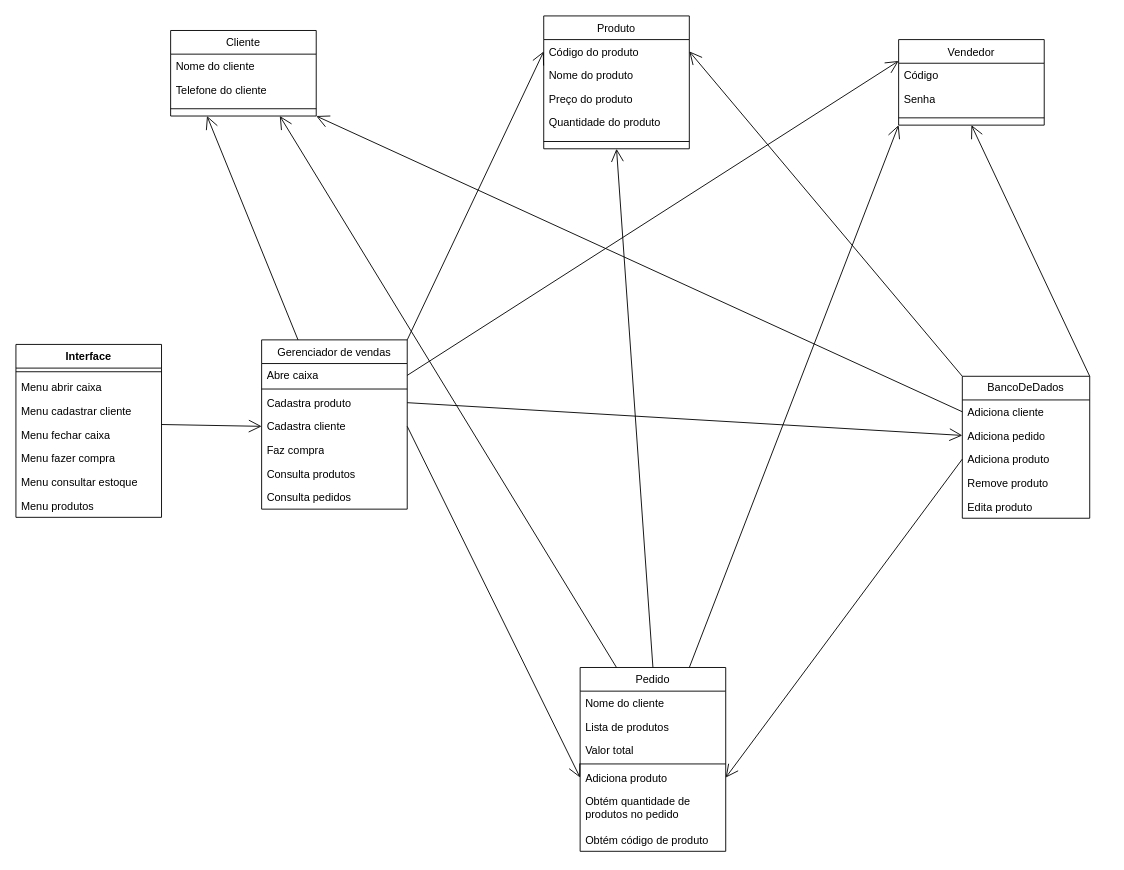
guifrazao/PROJETO_ESW1 keeps this draw.io diagram as CASOS_DE_USO/mapa_conceitual.drawio. Above is the earlier version. Source tidied: cells renumbered, new cells numbered last; positions are measured from the earlier drawing's top-left corner, leaving out a move shared by most shapes. Both pictures are drawn from the tidied source at 91%, with x=0, y=0 at pixel (15, 15).
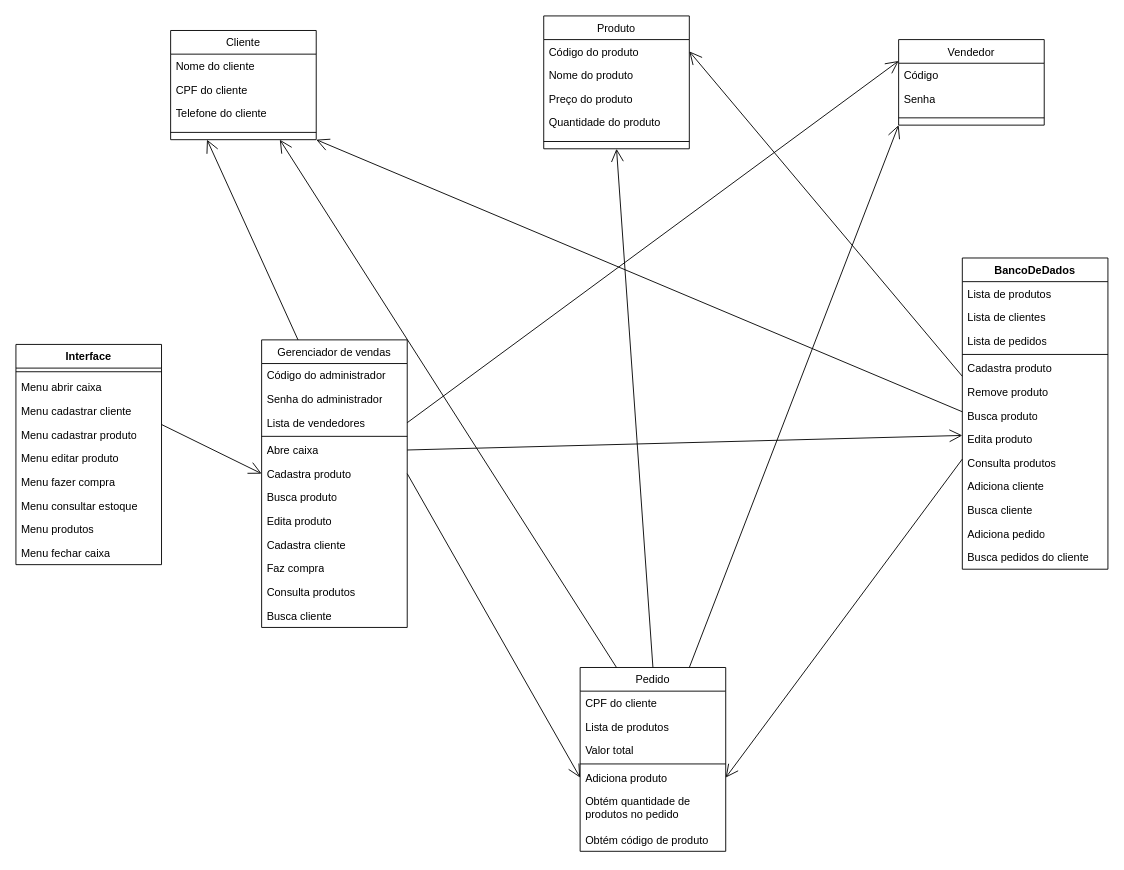
Above is the later version.

Unchanged cells that the change refers to:
```xml
<mxCell id="4" value="Código do produto" style="text;strokeColor=none;fillColor=none;align=left;verticalAlign=top;spacingLeft=4;spacingRight=4;overflow=hidden;points=[[0,0.5],[1,0.5]];portConstraint=eastwest;whiteSpace=wrap;html=1;" parent="3" vertex="1">
  <mxGeometry y="26" width="160" height="26" as="geometry" />
</mxCell>
<mxCell id="27" value="&lt;span style=&quot;font-weight: 400;&quot;&gt;Pedido&lt;/span&gt;" style="swimlane;fontStyle=1;align=center;verticalAlign=top;horizontal=1;startSize=26;whiteSpace=wrap;html=1;" parent="1" vertex="1">
  <mxGeometry x="620" y="716" width="160" height="202" as="geometry" />
</mxCell>
<mxCell id="32" value="Adiciona produto" style="text;strokeColor=none;fillColor=none;align=left;verticalAlign=top;spacingLeft=4;spacingRight=4;overflow=hidden;points=[[0,0.5],[1,0.5]];portConstraint=eastwest;whiteSpace=wrap;html=1;" parent="27" vertex="1">
  <mxGeometry y="108" width="160" height="26" as="geometry" />
</mxCell>
<mxCell id="36" value="&lt;span style=&quot;font-weight: normal;&quot;&gt;Vendedor&lt;/span&gt;" style="swimlane;fontStyle=1;align=center;verticalAlign=top;horizontal=1;startSize=26;whiteSpace=wrap;html=1;" parent="1" vertex="1">
  <mxGeometry x="970" y="26" width="160" height="94" as="geometry" />
</mxCell>
```

What changed in the source:
```diff
@@
     <mxCell id="9" value="&lt;span style=&quot;font-weight: normal;&quot;&gt;Cliente&lt;/span&gt;" style="swimlane;fontStyle=1;align=center;verticalAlign=top;horizontal=1;startSize=26;whiteSpace=wrap;html=1;" parent="1" vertex="1">
-      <mxGeometry x="170" y="16" width="160" height="94" as="geometry" />
+      <mxGeometry x="170" y="16" width="160" height="120" as="geometry" />
     </mxCell>
@@
+    <mxCell id="59" value="CPF do cliente" style="text;strokeColor=none;fillColor=none;align=left;verticalAlign=top;spacingLeft=4;spacingRight=4;overflow=hidden;whiteSpace=wrap;html=1;" parent="9" vertex="1">
+      <mxGeometry y="52" width="160" height="26" as="geometry" />
+    </mxCell>
     <mxCell id="11" value="Telefone do cliente" style="text;strokeColor=none;fillColor=none;align=left;verticalAlign=top;spacingLeft=4;spacingRight=4;overflow=hidden;whiteSpace=wrap;html=1;" parent="9" vertex="1">
-      <mxGeometry y="52" width="160" height="26" as="geometry" />
+      <mxGeometry y="78" width="160" height="26" as="geometry" />
     </mxCell>
     <mxCell id="12" style="line;strokeWidth=1;fillColor=none;align=left;verticalAlign=middle;spacingTop=-1;spacingLeft=3;spacingRight=3;labelPosition=right;strokeColor=inherit;" parent="9" vertex="1">
-      <mxGeometry y="78" width="160" height="16" as="geometry" />
+      <mxGeometry y="104" width="160" height="16" as="geometry" />
     </mxCell>
-    <mxCell id="13" value="BancoDeDados" style="swimlane;fontStyle=0;horizontal=1;startSize=26;fillColor=none;whiteSpace=wrap;html=1;" parent="1" vertex="1">
-      <mxGeometry x="1040" y="396" width="140" height="156" as="geometry" />
-    </mxCell>
-    <mxCell id="14" value="Adiciona cliente" style="text;strokeColor=none;fillColor=none;align=left;verticalAlign=top;spacingLeft=4;spacingRight=4;overflow=hidden;points=[[0,0.5],[1,0.5]];portConstraint=eastwest;whiteSpace=wrap;html=1;" parent="13" vertex="1">
-      <mxGeometry y="26" width="140" height="26" as="geometry" />
-    </mxCell>
-    <mxCell id="15" value="Adiciona pedido" style="text;strokeColor=none;fillColor=none;align=left;verticalAlign=top;spacingLeft=4;spacingRight=4;overflow=hidden;points=[[0,0.5],[1,0.5]];portConstraint=eastwest;whiteSpace=wrap;html=1;" parent="13" vertex="1">
-      <mxGeometry y="52" width="140" height="26" as="geometry" />
-    </mxCell>
-    <mxCell id="16" value="Adiciona produto" style="text;strokeColor=none;fillColor=none;align=left;verticalAlign=top;spacingLeft=4;spacingRight=4;overflow=hidden;points=[[0,0.5],[1,0.5]];portConstraint=eastwest;whiteSpace=wrap;html=1;" parent="13" vertex="1">
-      <mxGeometry y="78" width="140" height="26" as="geometry" />
-    </mxCell>
-    <mxCell id="17" value="Remove produto" style="text;strokeColor=none;fillColor=none;align=left;verticalAlign=top;spacingLeft=4;spacingRight=4;overflow=hidden;whiteSpace=wrap;html=1;" parent="13" vertex="1">
-      <mxGeometry y="104" width="140" height="26" as="geometry" />
-    </mxCell>
-    <mxCell id="18" value="Edita produto" style="text;strokeColor=none;fillColor=none;align=left;verticalAlign=top;spacingLeft=4;spacingRight=4;overflow=hidden;whiteSpace=wrap;html=1;" parent="13" vertex="1">
-      <mxGeometry y="130" width="140" height="26" as="geometry" />
-    </mxCell>
     <mxCell id="19" value="&lt;span style=&quot;font-weight: normal;&quot;&gt;Gerenciador de vendas&lt;/span&gt;" style="swimlane;fontStyle=1;align=center;verticalAlign=top;horizontal=1;startSize=26;whiteSpace=wrap;html=1;" parent="1" vertex="1">
-      <mxGeometry x="270" y="356" width="160" height="186" as="geometry" />
+      <mxGeometry x="270" y="356" width="160" height="316" as="geometry" />
     </mxCell>
+    <mxCell id="60" value="Código do administrador" style="text;strokeColor=none;fillColor=none;align=left;verticalAlign=top;spacingLeft=4;spacingRight=4;overflow=hidden;whiteSpace=wrap;html=1;" parent="19" vertex="1">
+      <mxGeometry y="26" width="160" height="26" as="geometry" />
+    </mxCell>
+    <mxCell id="61" value="Senha do administrador" style="text;strokeColor=none;fillColor=none;align=left;verticalAlign=top;spacingLeft=4;spacingRight=4;overflow=hidden;whiteSpace=wrap;html=1;" parent="19" vertex="1">
+      <mxGeometry y="52" width="160" height="26" as="geometry" />
+    </mxCell>
-    <mxCell id="20" value="Abre caixa" style="text;strokeColor=none;fillColor=none;align=left;verticalAlign=top;spacingLeft=4;spacingRight=4;overflow=hidden;points=[[0,0.5],[1,0.5]];portConstraint=eastwest;whiteSpace=wrap;html=1;" parent="19" vertex="1">
-      <mxGeometry y="26" width="160" height="26" as="geometry" />
+    <mxCell id="20" value="Lista de vendedores" style="text;strokeColor=none;fillColor=none;align=left;verticalAlign=top;spacingLeft=4;spacingRight=4;overflow=hidden;points=[[0,0.5],[1,0.5]];portConstraint=eastwest;whiteSpace=wrap;html=1;" parent="19" vertex="1">
+      <mxGeometry y="78" width="160" height="26" as="geometry" />
     </mxCell>
     <mxCell id="21" style="line;strokeWidth=1;fillColor=none;align=left;verticalAlign=middle;spacingTop=-1;spacingLeft=3;spacingRight=3;labelPosition=right;strokeColor=inherit;" parent="19" vertex="1">
-      <mxGeometry y="52" width="160" height="4" as="geometry" />
+      <mxGeometry y="104" width="160" height="4" as="geometry" />
     </mxCell>
-    <mxCell id="22" value="Cadastra produto" style="text;strokeColor=none;fillColor=none;align=left;verticalAlign=top;spacingLeft=4;spacingRight=4;overflow=hidden;points=[[0,0.5],[1,0.5]];portConstraint=eastwest;whiteSpace=wrap;html=1;" parent="19" vertex="1">
-      <mxGeometry y="56" width="160" height="26" as="geometry" />
+    <mxCell id="22" value="Abre caixa" style="text;strokeColor=none;fillColor=none;align=left;verticalAlign=top;spacingLeft=4;spacingRight=4;overflow=hidden;points=[[0,0.5],[1,0.5]];portConstraint=eastwest;whiteSpace=wrap;html=1;" parent="19" vertex="1">
+      <mxGeometry y="108" width="160" height="26" as="geometry" />
     </mxCell>
-    <mxCell id="23" value="Cadastra cliente" style="text;strokeColor=none;fillColor=none;align=left;verticalAlign=top;spacingLeft=4;spacingRight=4;overflow=hidden;points=[[0,0.5],[1,0.5]];portConstraint=eastwest;whiteSpace=wrap;html=1;" parent="19" vertex="1">
-      <mxGeometry y="82" width="160" height="26" as="geometry" />
+    <mxCell id="23" value="Cadastra produto" style="text;strokeColor=none;fillColor=none;align=left;verticalAlign=top;spacingLeft=4;spacingRight=4;overflow=hidden;points=[[0,0.5],[1,0.5]];portConstraint=eastwest;whiteSpace=wrap;html=1;" parent="19" vertex="1">
+      <mxGeometry y="134" width="160" height="26" as="geometry" />
     </mxCell>
+    <mxCell id="62" value="Busca produto" style="text;strokeColor=none;fillColor=none;align=left;verticalAlign=top;spacingLeft=4;spacingRight=4;overflow=hidden;whiteSpace=wrap;html=1;" parent="19" vertex="1">
+      <mxGeometry y="160" width="160" height="26" as="geometry" />
+    </mxCell>
+    <mxCell id="63" value="Edita produto" style="text;strokeColor=none;fillColor=none;align=left;verticalAlign=top;spacingLeft=4;spacingRight=4;overflow=hidden;whiteSpace=wrap;html=1;" parent="19" vertex="1">
+      <mxGeometry y="186" width="160" height="26" as="geometry" />
+    </mxCell>
+    <mxCell id="64" value="Cadastra cliente" style="text;strokeColor=none;fillColor=none;align=left;verticalAlign=top;spacingLeft=4;spacingRight=4;overflow=hidden;whiteSpace=wrap;html=1;" parent="19" vertex="1">
+      <mxGeometry y="212" width="160" height="26" as="geometry" />
+    </mxCell>
     <mxCell id="24" value="Faz compra" style="text;strokeColor=none;fillColor=none;align=left;verticalAlign=top;spacingLeft=4;spacingRight=4;overflow=hidden;whiteSpace=wrap;html=1;" parent="19" vertex="1">
-      <mxGeometry y="108" width="160" height="26" as="geometry" />
+      <mxGeometry y="238" width="160" height="26" as="geometry" />
     </mxCell>
     <mxCell id="25" value="Consulta produtos" style="text;strokeColor=none;fillColor=none;align=left;verticalAlign=top;spacingLeft=4;spacingRight=4;overflow=hidden;whiteSpace=wrap;html=1;" parent="19" vertex="1">
-      <mxGeometry y="134" width="160" height="26" as="geometry" />
+      <mxGeometry y="264" width="160" height="26" as="geometry" />
     </mxCell>
-    <mxCell id="26" value="Consulta pedidos" style="text;strokeColor=none;fillColor=none;align=left;verticalAlign=top;spacingLeft=4;spacingRight=4;overflow=hidden;whiteSpace=wrap;html=1;" parent="19" vertex="1">
-      <mxGeometry y="160" width="160" height="26" as="geometry" />
+    <mxCell id="26" value="Busca cliente" style="text;strokeColor=none;fillColor=none;align=left;verticalAlign=top;spacingLeft=4;spacingRight=4;overflow=hidden;whiteSpace=wrap;html=1;" parent="19" vertex="1">
+      <mxGeometry y="290" width="160" height="26" as="geometry" />
     </mxCell>
@@
-    <mxCell id="28" value="Nome do cliente" style="text;strokeColor=none;fillColor=none;align=left;verticalAlign=top;spacingLeft=4;spacingRight=4;overflow=hidden;whiteSpace=wrap;html=1;" parent="27" vertex="1">
+    <mxCell id="28" value="CPF do cliente" style="text;strokeColor=none;fillColor=none;align=left;verticalAlign=top;spacingLeft=4;spacingRight=4;overflow=hidden;whiteSpace=wrap;html=1;" parent="27" vertex="1">
       <mxGeometry y="26" width="160" height="26" as="geometry" />
     </mxCell>
@@
-    <mxCell id="40" style="endArrow=open;endFill=1;endSize=12;html=1;rounded=0;entryX=0;entryY=0.5;entryDx=0;entryDy=0;exitX=1;exitY=0;exitDx=0;exitDy=0;" parent="1" edge="1" source="19" target="4">
-      <mxGeometry relative="1" as="geometry" />
-    </mxCell>
-    <mxCell id="41" style="endArrow=open;endFill=1;endSize=12;html=1;rounded=0;entryX=1;entryY=0.5;entryDx=0;entryDy=0;exitX=0;exitY=0;exitDx=0;exitDy=0;" parent="1" edge="1" source="13" target="4">
-      <mxGeometry relative="1" as="geometry" />
+    <mxCell id="41" style="endArrow=open;endFill=1;endSize=12;html=1;rounded=0;entryX=1;entryY=0.5;entryDx=0;entryDy=0;exitX=0;exitY=0;exitDx=0;exitDy=0;" parent="1" edge="1" target="4">
+      <mxGeometry relative="1" as="geometry">
+        <mxPoint x="1040" y="396" as="sourcePoint" />
+      </mxGeometry>
     </mxCell>
@@
-    <mxCell id="43" style="endArrow=open;endFill=1;endSize=12;html=1;rounded=0;entryX=1;entryY=0.5;entryDx=0;entryDy=0;exitX=0;exitY=0.5;exitDx=0;exitDy=0;" parent="1" edge="1" source="16" target="32">
-      <mxGeometry relative="1" as="geometry" />
+    <mxCell id="43" style="endArrow=open;endFill=1;endSize=12;html=1;rounded=0;entryX=1;entryY=0.5;entryDx=0;entryDy=0;exitX=0;exitY=0.5;exitDx=0;exitDy=0;" parent="1" edge="1" target="32">
+      <mxGeometry relative="1" as="geometry">
+        <mxPoint x="1040" y="487" as="sourcePoint" />
+      </mxGeometry>
     </mxCell>
@@
-    <mxCell id="46" style="endArrow=open;endFill=1;endSize=12;html=1;rounded=0;entryX=1;entryY=1;entryDx=0;entryDy=0;exitX=0;exitY=0.5;exitDx=0;exitDy=0;" parent="1" edge="1" source="14" target="9">
-      <mxGeometry relative="1" as="geometry" />
+    <mxCell id="46" style="endArrow=open;endFill=1;endSize=12;html=1;rounded=0;entryX=1;entryY=1;entryDx=0;entryDy=0;exitX=0;exitY=0.5;exitDx=0;exitDy=0;" parent="1" edge="1" target="9">
+      <mxGeometry relative="1" as="geometry">
+        <mxPoint x="1040" y="435" as="sourcePoint" />
+      </mxGeometry>
     </mxCell>
-    <mxCell id="47" style="endArrow=open;endFill=1;endSize=12;html=1;rounded=0;entryX=0;entryY=0.5;entryDx=0;entryDy=0;exitX=1;exitY=0.5;exitDx=0;exitDy=0;" parent="1" edge="1" source="22" target="15">
-      <mxGeometry relative="1" as="geometry" />
+    <mxCell id="47" style="endArrow=open;endFill=1;endSize=12;html=1;rounded=0;entryX=0;entryY=0.5;entryDx=0;entryDy=0;exitX=1;exitY=0.5;exitDx=0;exitDy=0;" parent="1" edge="1" source="22">
+      <mxGeometry relative="1" as="geometry">
+        <mxPoint x="1040" y="461" as="targetPoint" />
+      </mxGeometry>
     </mxCell>
@@
-    <mxCell id="49" style="endArrow=open;endFill=1;endSize=12;html=1;rounded=0;entryX=0.5;entryY=1;entryDx=0;entryDy=0;exitX=1;exitY=0;exitDx=0;exitDy=0;" parent="1" edge="1" source="13" target="36">
-      <mxGeometry relative="1" as="geometry" />
-    </mxCell>
@@
     <mxCell id="51" value="Interface" style="swimlane;fontStyle=1;align=center;verticalAlign=top;horizontal=1;startSize=26;whiteSpace=wrap;html=1;" parent="1" vertex="1">
-      <mxGeometry y="361" width="160" height="190" as="geometry" />
+      <mxGeometry y="361" width="160" height="242" as="geometry" />
     </mxCell>
@@
-    <mxCell id="55" value="Menu fechar caixa" style="text;strokeColor=none;fillColor=none;align=left;verticalAlign=top;spacingLeft=4;spacingRight=4;overflow=hidden;whiteSpace=wrap;html=1;" parent="51" vertex="1">
-      <mxGeometry y="86" width="160" height="26" as="geometry" />
-    </mxCell>
+    <mxCell id="65" value="&lt;div&gt;Menu cadastrar produto&lt;/div&gt;&lt;div&gt;&lt;br&gt;&lt;/div&gt;" style="text;strokeColor=none;fillColor=none;align=left;verticalAlign=top;spacingLeft=4;spacingRight=4;overflow=hidden;whiteSpace=wrap;html=1;" parent="51" vertex="1">
+      <mxGeometry y="86" width="160" height="26" as="geometry" />
+    </mxCell>
+    <mxCell id="66" value="&lt;div&gt;Menu editar produto&lt;/div&gt;&lt;div&gt;&lt;br&gt;&lt;/div&gt;" style="text;strokeColor=none;fillColor=none;align=left;verticalAlign=top;spacingLeft=4;spacingRight=4;overflow=hidden;whiteSpace=wrap;html=1;" parent="51" vertex="1">
+      <mxGeometry y="112" width="160" height="26" as="geometry" />
+    </mxCell>
     <mxCell id="56" value="Menu fazer compra&amp;nbsp;" style="text;strokeColor=none;fillColor=none;align=left;verticalAlign=top;spacingLeft=4;spacingRight=4;overflow=hidden;whiteSpace=wrap;html=1;" parent="51" vertex="1">
-      <mxGeometry y="112" width="160" height="26" as="geometry" />
+      <mxGeometry y="138" width="160" height="26" as="geometry" />
     </mxCell>
     <mxCell id="57" value="Menu consultar estoque" style="text;strokeColor=none;fillColor=none;align=left;verticalAlign=top;spacingLeft=4;spacingRight=4;overflow=hidden;whiteSpace=wrap;html=1;" parent="51" vertex="1">
-      <mxGeometry y="138" width="160" height="26" as="geometry" />
+      <mxGeometry y="164" width="160" height="26" as="geometry" />
     </mxCell>
     <mxCell id="58" value="Menu produtos" style="text;strokeColor=none;fillColor=none;align=left;verticalAlign=top;spacingLeft=4;spacingRight=4;overflow=hidden;whiteSpace=wrap;html=1;" parent="51" vertex="1">
-      <mxGeometry y="164" width="160" height="26" as="geometry" />
+      <mxGeometry y="190" width="160" height="26" as="geometry" />
     </mxCell>
+    <mxCell id="55" value="Menu fechar caixa" style="text;strokeColor=none;fillColor=none;align=left;verticalAlign=top;spacingLeft=4;spacingRight=4;overflow=hidden;whiteSpace=wrap;html=1;" parent="51" vertex="1">
+      <mxGeometry y="216" width="160" height="26" as="geometry" />
+    </mxCell>
+    <mxCell id="13" value="BancoDeDados" style="swimlane;fontStyle=1;align=center;verticalAlign=top;horizontal=1;startSize=26;whiteSpace=wrap;html=1;" parent="1" vertex="1">
+      <mxGeometry x="1040" y="266" width="160" height="342" as="geometry" />
+    </mxCell>
+    <mxCell id="67" value="&lt;div&gt;Lista de produtos&lt;/div&gt;" style="text;strokeColor=none;fillColor=none;align=left;verticalAlign=top;spacingLeft=4;spacingRight=4;overflow=hidden;whiteSpace=wrap;html=1;" parent="13" vertex="1">
+      <mxGeometry y="26" width="160" height="26" as="geometry" />
+    </mxCell>
+    <mxCell id="68" value="&lt;div&gt;Lista de clientes&lt;br&gt;&lt;/div&gt;" style="text;strokeColor=none;fillColor=none;align=left;verticalAlign=top;spacingLeft=4;spacingRight=4;overflow=hidden;whiteSpace=wrap;html=1;" parent="13" vertex="1">
+      <mxGeometry y="52" width="160" height="26" as="geometry" />
+    </mxCell>
+    <mxCell id="69" value="&lt;div&gt;Lista de pedidos&lt;br&gt;&lt;/div&gt;" style="text;strokeColor=none;fillColor=none;align=left;verticalAlign=top;spacingLeft=4;spacingRight=4;overflow=hidden;whiteSpace=wrap;html=1;" parent="13" vertex="1">
+      <mxGeometry y="78" width="160" height="26" as="geometry" />
+    </mxCell>
+    <mxCell id="70" style="line;strokeWidth=1;fillColor=none;align=left;verticalAlign=middle;spacingTop=-1;spacingLeft=3;spacingRight=3;labelPosition=right;strokeColor=inherit;" parent="13" vertex="1">
+      <mxGeometry y="104" width="160" height="4" as="geometry" />
+    </mxCell>
+    <mxCell id="71" value="Cadastra produto" style="text;strokeColor=none;fillColor=none;align=left;verticalAlign=top;spacingLeft=4;spacingRight=4;overflow=hidden;whiteSpace=wrap;html=1;" parent="13" vertex="1">
+      <mxGeometry y="108" width="160" height="26" as="geometry" />
+    </mxCell>
+    <mxCell id="17" value="Remove produto" style="text;strokeColor=none;fillColor=none;align=left;verticalAlign=top;spacingLeft=4;spacingRight=4;overflow=hidden;whiteSpace=wrap;html=1;" parent="13" vertex="1">
+      <mxGeometry y="134" width="160" height="26" as="geometry" />
+    </mxCell>
+    <mxCell id="72" value="Busca produto" style="text;strokeColor=none;fillColor=none;align=left;verticalAlign=top;spacingLeft=4;spacingRight=4;overflow=hidden;whiteSpace=wrap;html=1;" parent="13" vertex="1">
+      <mxGeometry y="160" width="160" height="26" as="geometry" />
+    </mxCell>
+    <mxCell id="73" value="Edita produto" style="text;strokeColor=none;fillColor=none;align=left;verticalAlign=top;spacingLeft=4;spacingRight=4;overflow=hidden;whiteSpace=wrap;html=1;" parent="13" vertex="1">
+      <mxGeometry y="186" width="160" height="26" as="geometry" />
+    </mxCell>
+    <mxCell id="74" value="&lt;div&gt;Consulta produtos&lt;/div&gt;&lt;div&gt;&lt;br&gt;&lt;/div&gt;" style="text;strokeColor=none;fillColor=none;align=left;verticalAlign=top;spacingLeft=4;spacingRight=4;overflow=hidden;whiteSpace=wrap;html=1;" parent="13" vertex="1">
+      <mxGeometry y="212" width="160" height="26" as="geometry" />
+    </mxCell>
+    <mxCell id="14" value="Adiciona cliente" style="text;strokeColor=none;fillColor=none;align=left;verticalAlign=top;spacingLeft=4;spacingRight=4;overflow=hidden;points=[[0,0.5],[1,0.5]];portConstraint=eastwest;whiteSpace=wrap;html=1;" parent="13" vertex="1">
+      <mxGeometry y="238" width="160" height="26" as="geometry" />
+    </mxCell>
+    <mxCell id="75" value="Busca cliente" style="text;strokeColor=none;fillColor=none;align=left;verticalAlign=top;spacingLeft=4;spacingRight=4;overflow=hidden;whiteSpace=wrap;html=1;" parent="13" vertex="1">
+      <mxGeometry y="264" width="160" height="26" as="geometry" />
+    </mxCell>
+    <mxCell id="15" value="&lt;div&gt;Adiciona pedido&lt;/div&gt;&lt;div&gt;&lt;br&gt;&lt;/div&gt;" style="text;strokeColor=none;fillColor=none;align=left;verticalAlign=top;spacingLeft=4;spacingRight=4;overflow=hidden;points=[[0,0.5],[1,0.5]];portConstraint=eastwest;whiteSpace=wrap;html=1;" parent="13" vertex="1">
+      <mxGeometry y="290" width="160" height="26" as="geometry" />
+    </mxCell>
+    <mxCell id="76" value="&lt;div&gt;Busca pedidos do cliente&lt;/div&gt;&lt;div&gt;&lt;br&gt;&lt;/div&gt;" style="text;strokeColor=none;fillColor=none;align=left;verticalAlign=top;spacingLeft=4;spacingRight=4;overflow=hidden;whiteSpace=wrap;html=1;" parent="13" vertex="1">
+      <mxGeometry y="316" width="160" height="26" as="geometry" />
+    </mxCell>
```
